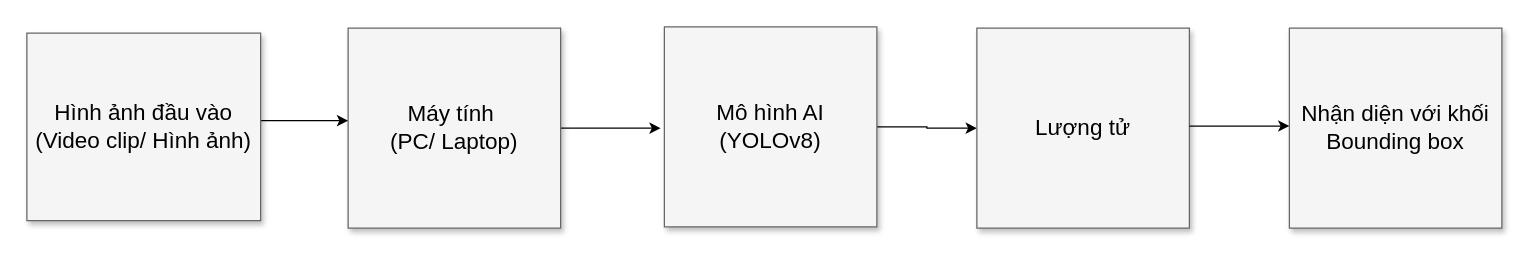
This is So_do_khoi.drawio from imvietp/Python_review, a draw.io file, before an edit. Source tidied: cells renumbered, new cells numbered last; positions are measured from the earlier drawing's top-left corner, leaving out a move shared by most shapes. Both pictures are drawn from the tidied source at 125%, with x=0, y=0 at pixel (26, 26).
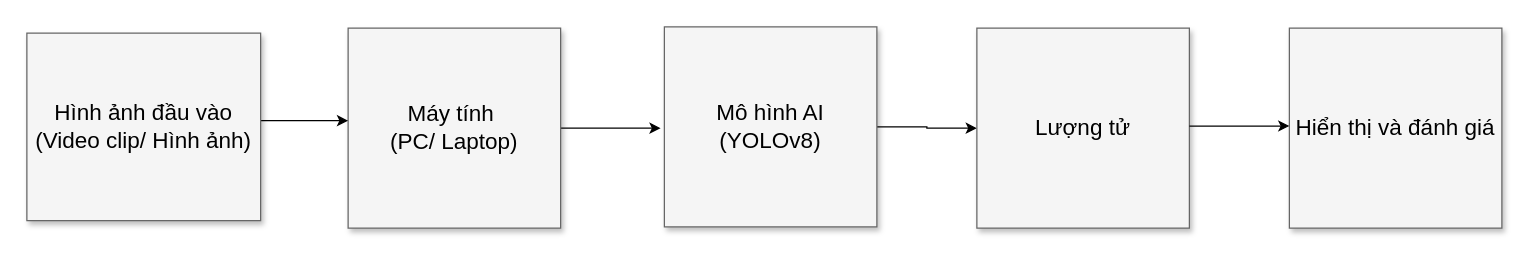
Above is the later version.

Diff of the diagram source:
```diff
@@
 <mxGraphModel>
   <root>
     <mxCell id="0" />
     <mxCell id="1" parent="0" />
     <mxCell id="2" style="edgeStyle=elbowEdgeStyle;rounded=0;html=1;startArrow=none;startFill=0;jettySize=auto;fontSize=18;elbow=vertical;" parent="1" edge="1" source="3">
       <mxGeometry relative="1" as="geometry">
         <mxPoint x="507" y="81" as="targetPoint" />
         <Array as="points">
           <mxPoint x="450" y="81" />
         </Array>
       </mxGeometry>
     </mxCell>
     <mxCell id="3" value="Máy tính&amp;nbsp;&lt;div&gt;(PC/ Laptop)&lt;/div&gt;" style="whiteSpace=wrap;html=1;shadow=1;fontSize=18;fillColor=#f5f5f5;strokeColor=#666666;" parent="1" vertex="1">
       <mxGeometry x="257" y="1" width="170" height="160" as="geometry" />
     </mxCell>
     <mxCell id="4" style="edgeStyle=elbowEdgeStyle;rounded=0;html=1;startArrow=none;startFill=0;jettySize=auto;fontSize=18;elbow=vertical;" parent="1" edge="1" source="5" target="3">
       <mxGeometry relative="1" as="geometry">
         <Array as="points">
           <mxPoint x="227" y="75" />
         </Array>
       </mxGeometry>
     </mxCell>
     <mxCell id="5" value="Hình ảnh đầu vào (Video clip/ Hình ảnh)" style="whiteSpace=wrap;html=1;shadow=1;fontSize=18;fillColor=#f5f5f5;strokeColor=#666666;" parent="1" vertex="1">
       <mxGeometry y="5" width="187" height="150" as="geometry" />
     </mxCell>
     <mxCell id="6" style="edgeStyle=orthogonalEdgeStyle;rounded=0;jettySize=auto;html=1;" parent="1" edge="1" source="7" target="8">
       <mxGeometry relative="1" as="geometry" />
     </mxCell>
     <mxCell id="7" value="Mô hình AI&lt;div&gt;(YOLOv8)&lt;/div&gt;" style="whiteSpace=wrap;html=1;shadow=1;fontSize=18;fillColor=#f5f5f5;strokeColor=#666666;" parent="1" vertex="1">
       <mxGeometry x="510" width="170" height="160" as="geometry" />
     </mxCell>
     <mxCell id="8" value="Lượng tử" style="whiteSpace=wrap;html=1;shadow=1;fontSize=18;fillColor=#f5f5f5;strokeColor=#666666;" parent="1" vertex="1">
       <mxGeometry x="760" y="1" width="170" height="160" as="geometry" />
     </mxCell>
-    <mxCell id="9" value="Nhận diện với khối Bounding box" style="whiteSpace=wrap;html=1;shadow=1;fontSize=18;fillColor=#f5f5f5;strokeColor=#666666;" parent="1" vertex="1">
+    <mxCell id="9" value="Hiển thị và đánh giá" style="whiteSpace=wrap;html=1;shadow=1;fontSize=18;fillColor=#f5f5f5;strokeColor=#666666;" parent="1" vertex="1">
       <mxGeometry x="1010" y="1" width="170" height="160" as="geometry" />
     </mxCell>
     <mxCell id="10" style="edgeStyle=elbowEdgeStyle;rounded=0;html=1;startArrow=none;startFill=0;jettySize=auto;orthogonalLoop=1;fontSize=18;elbow=vertical;" parent="1" edge="1">
       <mxGeometry relative="1" as="geometry">
         <mxPoint x="930" y="79.3" as="sourcePoint" />
         <mxPoint x="1010" y="79.3" as="targetPoint" />
         <Array as="points">
           <mxPoint x="953" y="79.3" />
         </Array>
       </mxGeometry>
     </mxCell>
   </root>
 </mxGraphModel>
```
